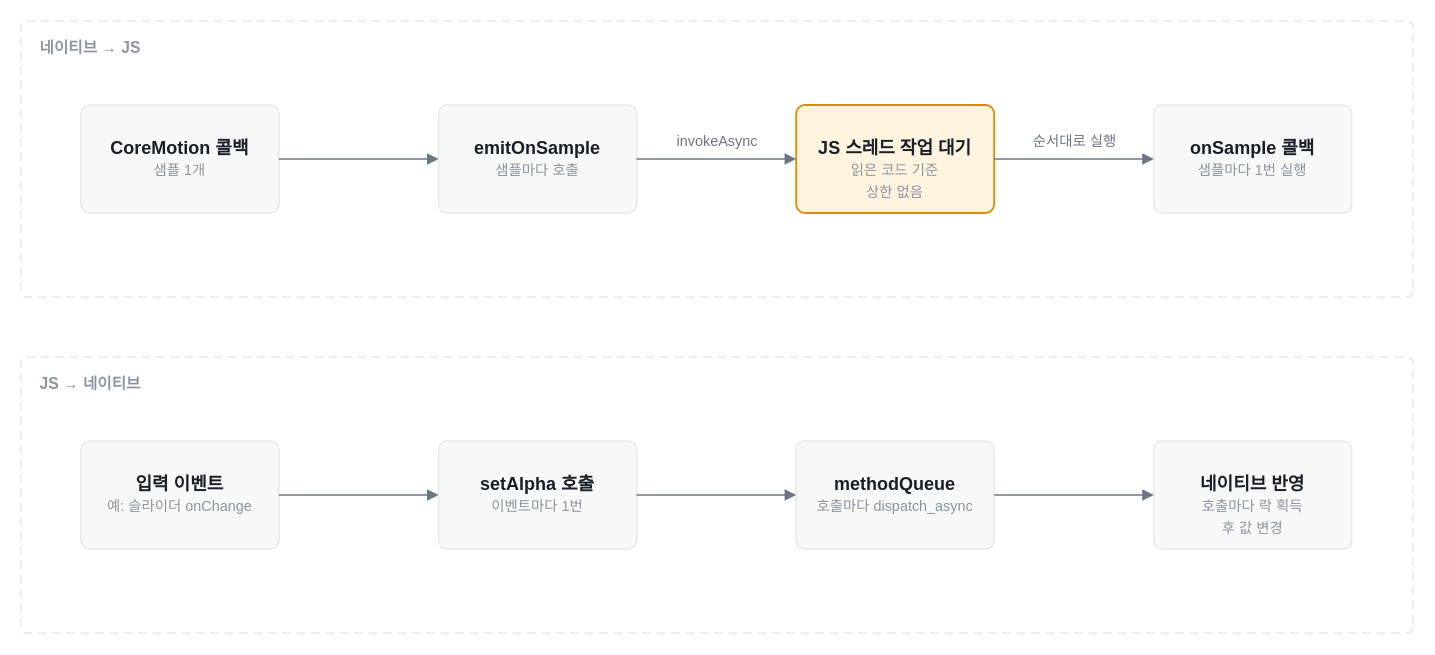
opficdev/opficdev.github.io keeps this draw.io diagram as page "rn-native-stream-flow-light" (4 of 6) of docs/rn-native-bidirectional-queue.drawio. Above is the earlier version. Source tidied: cells renumbered, new cells numbered last; positions are measured from the earlier drawing's top-left corner, leaving out a move shared by most shapes. Both pictures are drawn from the tidied source at 120%, with x=0, y=0 at pixel (20, 20).
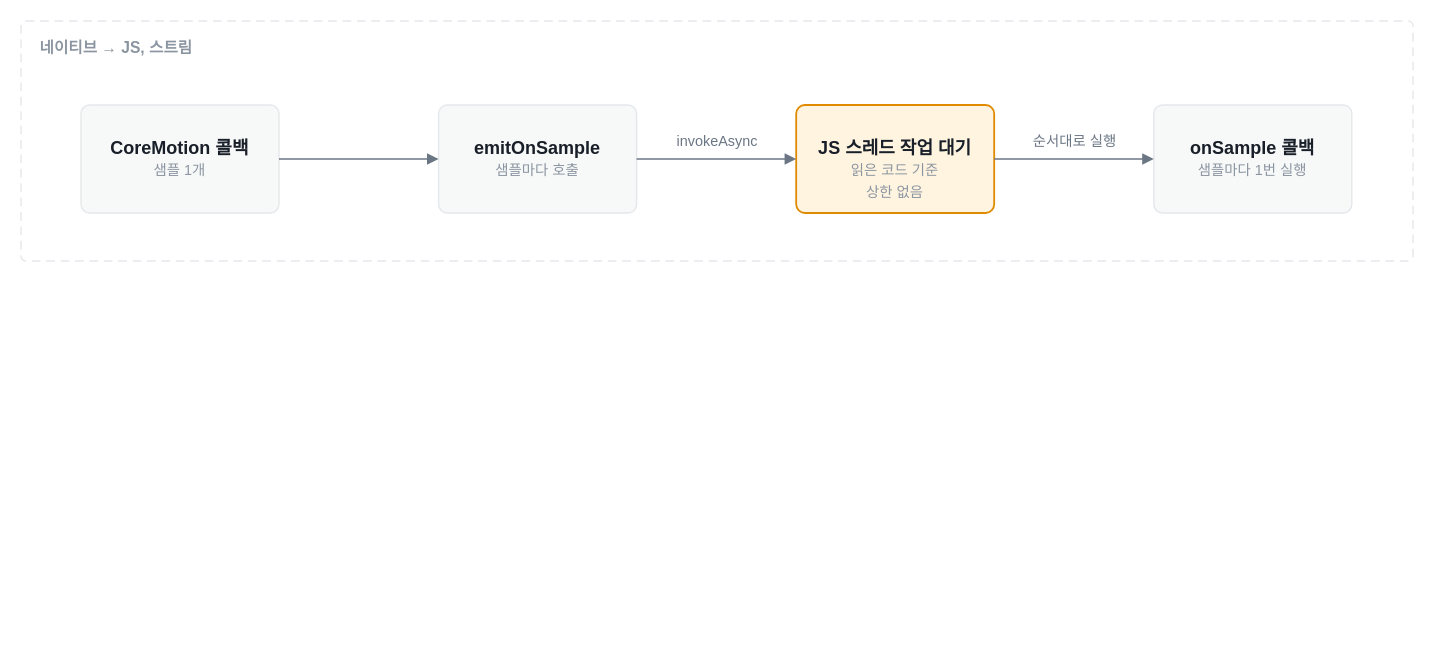
Above is the later version.

Commit message (it also covers changes not shown here):
fix: 센서 값 전달 방식 비교 글의 JS 네이티브 호출 실험 제거

Change to the diagram source:
```diff
@@
-    <mxCell id="2" value="네이티브 → JS" style="rounded=1;arcSize=2;whiteSpace=wrap;html=1;fillColor=none;strokeColor=#E5E8EB;strokeWidth=1.2;dashed=1;dashPattern=6 4;verticalAlign=top;align=left;spacingLeft=14;spacingTop=8;fontFamily=Arial;fontColor=#8B95A1;fontSize=13;fontStyle=1;" parent="1" vertex="1">
-      <mxGeometry width="1160" height="230" as="geometry" />
+    <mxCell id="2" value="네이티브 → JS, 스트림" style="rounded=1;arcSize=2;whiteSpace=wrap;html=1;fillColor=none;strokeColor=#E5E8EB;strokeWidth=1.2;dashed=1;dashPattern=6 4;verticalAlign=top;align=left;spacingLeft=14;spacingTop=8;fontFamily=Arial;fontColor=#8B95A1;fontSize=13;fontStyle=1;" parent="1" vertex="1">
+      <mxGeometry width="1160" height="200" as="geometry" />
     </mxCell>
-    <mxCell id="3" value="JS → 네이티브" style="rounded=1;arcSize=2;whiteSpace=wrap;html=1;fillColor=none;strokeColor=#E5E8EB;strokeWidth=1.2;dashed=1;dashPattern=6 4;verticalAlign=top;align=left;spacingLeft=14;spacingTop=8;fontFamily=Arial;fontColor=#8B95A1;fontSize=13;fontStyle=1;" parent="1" vertex="1">
-      <mxGeometry y="280" width="1160" height="230" as="geometry" />
-    </mxCell>
@@
-    <mxCell id="11" value="&lt;b&gt;입력 이벤트&lt;/b&gt;&lt;br&gt;&lt;font color=&quot;#8B95A1&quot; style=&quot;font-size:12px&quot;&gt;예: 슬라이더 onChange&lt;/font&gt;" style="rounded=1;arcSize=8;whiteSpace=wrap;html=1;fillColor=#F7F8F8;strokeColor=#E5E8EB;strokeWidth=1.2;fontFamily=Arial;fontColor=#191F28;fontSize=15;verticalAlign=top;spacingTop=20;" parent="1" vertex="1">
-      <mxGeometry x="50" y="350" width="165" height="90" as="geometry" />
-    </mxCell>
-    <mxCell id="12" value="&lt;b&gt;setAlpha 호출&lt;/b&gt;&lt;br&gt;&lt;font color=&quot;#8B95A1&quot; style=&quot;font-size:12px&quot;&gt;이벤트마다 1번&lt;/font&gt;" style="rounded=1;arcSize=8;whiteSpace=wrap;html=1;fillColor=#F7F8F8;strokeColor=#E5E8EB;strokeWidth=1.2;fontFamily=Arial;fontColor=#191F28;fontSize=15;verticalAlign=top;spacingTop=20;" parent="1" vertex="1">
-      <mxGeometry x="348" y="350" width="165" height="90" as="geometry" />
-    </mxCell>
-    <mxCell id="13" value="&lt;b&gt;methodQueue&lt;/b&gt;&lt;br&gt;&lt;font color=&quot;#8B95A1&quot; style=&quot;font-size:12px&quot;&gt;호출마다 dispatch_async&lt;/font&gt;" style="rounded=1;arcSize=8;whiteSpace=wrap;html=1;fillColor=#F7F8F8;strokeColor=#E5E8EB;strokeWidth=1.2;fontFamily=Arial;fontColor=#191F28;fontSize=15;verticalAlign=top;spacingTop=20;" parent="1" vertex="1">
-      <mxGeometry x="646" y="350" width="165" height="90" as="geometry" />
-    </mxCell>
-    <mxCell id="14" value="&lt;b&gt;네이티브 반영&lt;/b&gt;&lt;br&gt;&lt;font color=&quot;#8B95A1&quot; style=&quot;font-size:12px&quot;&gt;호출마다 락 획득&lt;br&gt;후 값 변경&lt;/font&gt;" style="rounded=1;arcSize=8;whiteSpace=wrap;html=1;fillColor=#F7F8F8;strokeColor=#E5E8EB;strokeWidth=1.2;fontFamily=Arial;fontColor=#191F28;fontSize=15;verticalAlign=top;spacingTop=20;" parent="1" vertex="1">
-      <mxGeometry x="944" y="350" width="165" height="90" as="geometry" />
-    </mxCell>
-    <mxCell id="15" style="edgeStyle=orthogonalEdgeStyle;rounded=1;arcSize=60;html=1;endArrow=block;endFill=1;strokeColor=#6B7684;strokeWidth=1.4;fontFamily=Arial;fontColor=#6B7684;fontSize=12;labelBackgroundColor=none;exitX=1;exitY=0.5;entryX=0;entryY=0.5;exitPerimeter=0;entryPerimeter=0;" parent="1" edge="1" source="11" target="12">
-      <mxGeometry relative="1" as="geometry">
-        <mxPoint y="-14" as="offset" />
-      </mxGeometry>
-    </mxCell>
-    <mxCell id="16" style="edgeStyle=orthogonalEdgeStyle;rounded=1;arcSize=60;html=1;endArrow=block;endFill=1;strokeColor=#6B7684;strokeWidth=1.4;fontFamily=Arial;fontColor=#6B7684;fontSize=12;labelBackgroundColor=none;exitX=1;exitY=0.5;entryX=0;entryY=0.5;exitPerimeter=0;entryPerimeter=0;" parent="1" edge="1" source="12" target="13">
-      <mxGeometry relative="1" as="geometry">
-        <mxPoint y="-14" as="offset" />
-      </mxGeometry>
-    </mxCell>
-    <mxCell id="17" style="edgeStyle=orthogonalEdgeStyle;rounded=1;arcSize=60;html=1;endArrow=block;endFill=1;strokeColor=#6B7684;strokeWidth=1.4;fontFamily=Arial;fontColor=#6B7684;fontSize=12;labelBackgroundColor=none;exitX=1;exitY=0.5;entryX=0;entryY=0.5;exitPerimeter=0;entryPerimeter=0;" parent="1" edge="1" source="13" target="14">
-      <mxGeometry relative="1" as="geometry">
-        <mxPoint y="-14" as="offset" />
-      </mxGeometry>
-    </mxCell>
```
